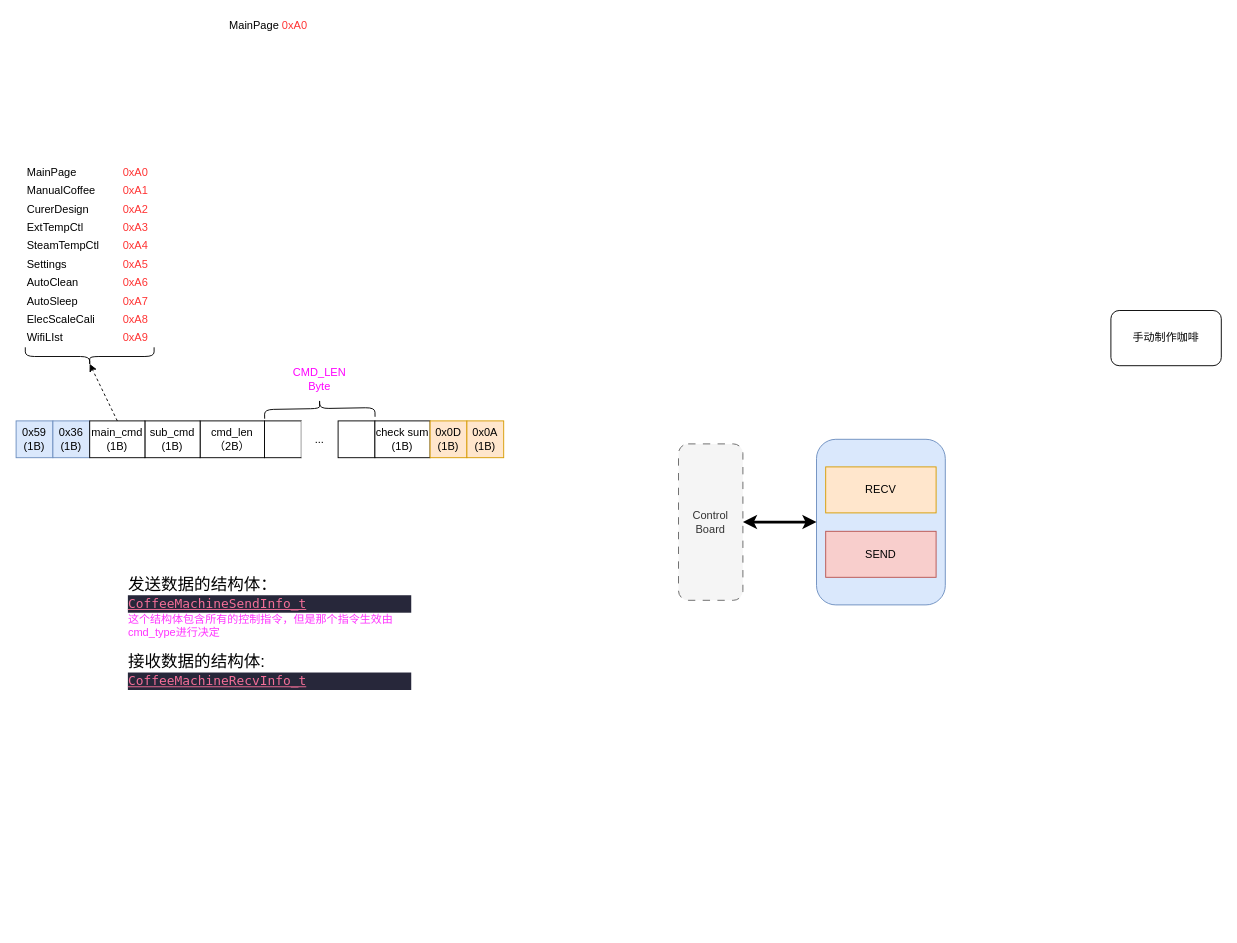
Before: Amateur/CoffeeWs/通信协议.drawio in mailonghua/drawio, a draw.io diagram. Source tidied: cells renumbered, new cells numbered last; positions are measured from the earlier drawing's top-left corner, leaving out a move shared by most shapes. Both pictures are drawn from the tidied source at 92%, with x=0, y=0 at pixel (16, 16).
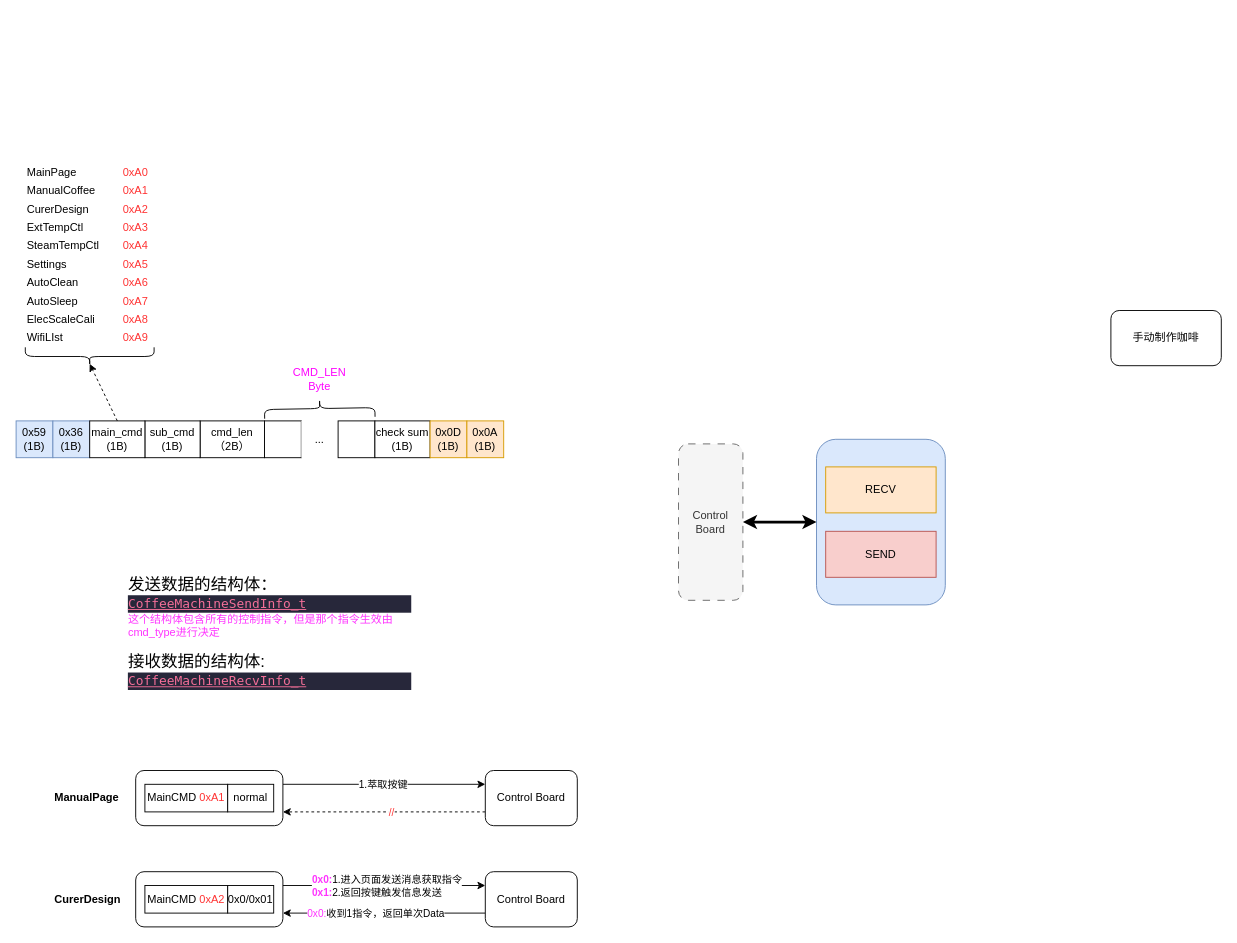
Above is the later version.

Commit message:
更新通信协议.drawio

Diff of the diagram source:
```diff
@@
+    <mxCell id="45" style="edgeStyle=orthogonalEdgeStyle;rounded=0;jettySize=auto;html=1;exitX=1;exitY=0.25;exitDx=0;exitDy=0;entryX=0;entryY=0.25;entryDx=0;entryDy=0;" parent="1" edge="1" source="47" target="52">
+      <mxGeometry relative="1" as="geometry" />
+    </mxCell>
+    <mxCell id="46" value="1.萃取按键" style="edgeLabel;html=1;align=center;verticalAlign=middle;" parent="45" vertex="1">
+      <mxGeometry x="-0.02" y="1" relative="1" as="geometry" />
+    </mxCell>
+    <mxCell id="47" style="rounded=1;whiteSpace=wrap;html=1;" parent="1" vertex="1">
+      <mxGeometry x="130" y="820" width="160" height="60" as="geometry" />
+    </mxCell>
@@
-    <mxCell id="44" value="MainPage&amp;nbsp;&lt;span style=&quot;color: rgb(255, 51, 51); text-align: center;&quot;&gt;0xA0&lt;/span&gt;" style="text;html=1;whiteSpace=wrap;strokeColor=none;fillColor=none;align=left;verticalAlign=middle;rounded=0;" parent="1" vertex="1">
-      <mxGeometry x="230" width="100" height="20" as="geometry" />
+    <mxCell id="44" value="ManualPage" style="text;html=1;whiteSpace=wrap;strokeColor=none;fillColor=none;align=left;verticalAlign=middle;rounded=0;fontStyle=1;" parent="1" vertex="1">
+      <mxGeometry x="40" y="840" width="60" height="20" as="geometry" />
     </mxCell>
+    <mxCell id="48" value="&lt;span style=&quot;text-align: left;&quot;&gt;MainCMD&amp;nbsp;&lt;/span&gt;&lt;span style=&quot;color: rgb(255, 51, 51);&quot;&gt;0xA1&lt;/span&gt;" style="rounded=0;whiteSpace=wrap;html=1;" parent="1" vertex="1">
+      <mxGeometry x="140" y="835" width="90" height="30" as="geometry" />
+    </mxCell>
+    <mxCell id="49" value="&lt;div style=&quot;text-align: left;&quot;&gt;normal&lt;/div&gt;" style="rounded=0;whiteSpace=wrap;html=1;" parent="1" vertex="1">
+      <mxGeometry x="230" y="835" width="50" height="30" as="geometry" />
+    </mxCell>
+    <mxCell id="50" style="edgeStyle=orthogonalEdgeStyle;rounded=0;jettySize=auto;html=1;exitX=0;exitY=0.75;exitDx=0;exitDy=0;entryX=1;entryY=0.75;entryDx=0;entryDy=0;dashed=1;" parent="1" edge="1" source="52" target="47">
+      <mxGeometry relative="1" as="geometry" />
+    </mxCell>
+    <mxCell id="51" value="&lt;font style=&quot;color: rgb(255, 51, 51);&quot;&gt;//&lt;/font&gt;" style="edgeLabel;html=1;align=center;verticalAlign=middle;" parent="50" vertex="1">
+      <mxGeometry x="-0.06" relative="1" as="geometry" />
+    </mxCell>
+    <mxCell id="52" value="Control Board" style="rounded=1;whiteSpace=wrap;html=1;" parent="1" vertex="1">
+      <mxGeometry x="510" y="820" width="100" height="60" as="geometry" />
+    </mxCell>
+    <mxCell id="53" style="edgeStyle=orthogonalEdgeStyle;rounded=0;jettySize=auto;html=1;exitX=1;exitY=0.25;exitDx=0;exitDy=0;entryX=0;entryY=0.25;entryDx=0;entryDy=0;" parent="1" edge="1" source="55" target="61">
+      <mxGeometry relative="1" as="geometry" />
+    </mxCell>
+    <mxCell id="54" value="&lt;b&gt;&lt;font style=&quot;color: rgb(255, 51, 255);&quot;&gt;0x0:&lt;/font&gt;&lt;/b&gt;1.进入页面发送消息获取指令&lt;br&gt;&lt;b&gt;&lt;font style=&quot;color: rgb(255, 51, 255);&quot;&gt;0x1:&lt;/font&gt;&lt;/b&gt;2.返回按键触发信息发送" style="edgeLabel;html=1;align=left;verticalAlign=middle;" parent="53" vertex="1">
+      <mxGeometry x="-0.02" y="1" relative="1" as="geometry">
+        <mxPoint x="-78" y="1" as="offset" />
+      </mxGeometry>
+    </mxCell>
+    <mxCell id="55" style="rounded=1;whiteSpace=wrap;html=1;" parent="1" vertex="1">
+      <mxGeometry x="130" y="930" width="160" height="60" as="geometry" />
+    </mxCell>
+    <mxCell id="56" value="CurerDesign" style="text;html=1;whiteSpace=wrap;strokeColor=none;fillColor=none;align=left;verticalAlign=middle;rounded=0;fontStyle=1;" parent="1" vertex="1">
+      <mxGeometry x="40" y="950" width="60" height="20" as="geometry" />
+    </mxCell>
+    <mxCell id="57" value="&lt;span style=&quot;text-align: left;&quot;&gt;MainCMD&amp;nbsp;&lt;/span&gt;&lt;span style=&quot;color: rgb(255, 51, 51);&quot;&gt;0xA2&lt;/span&gt;" style="rounded=0;whiteSpace=wrap;html=1;" parent="1" vertex="1">
+      <mxGeometry x="140" y="945" width="90" height="30" as="geometry" />
+    </mxCell>
+    <mxCell id="58" value="&lt;div style=&quot;text-align: left;&quot;&gt;0x0/0x01&lt;/div&gt;" style="rounded=0;whiteSpace=wrap;html=1;" parent="1" vertex="1">
+      <mxGeometry x="230" y="945" width="50" height="30" as="geometry" />
+    </mxCell>
+    <mxCell id="59" style="edgeStyle=orthogonalEdgeStyle;rounded=0;jettySize=auto;html=1;exitX=0;exitY=0.75;exitDx=0;exitDy=0;entryX=1;entryY=0.75;entryDx=0;entryDy=0;" parent="1" edge="1" source="61" target="55">
+      <mxGeometry relative="1" as="geometry" />
+    </mxCell>
+    <mxCell id="60" value="&lt;font style=&quot;color: rgb(255, 51, 255);&quot;&gt;0x0:&lt;/font&gt;收到1指令，返回单次Data" style="edgeLabel;html=1;align=center;verticalAlign=middle;" parent="59" vertex="1">
+      <mxGeometry x="0.24" y="-1" relative="1" as="geometry">
+        <mxPoint x="16" y="1" as="offset" />
+      </mxGeometry>
+    </mxCell>
+    <mxCell id="61" value="Control Board" style="rounded=1;whiteSpace=wrap;html=1;" parent="1" vertex="1">
+      <mxGeometry x="510" y="930" width="100" height="60" as="geometry" />
+    </mxCell>
```
